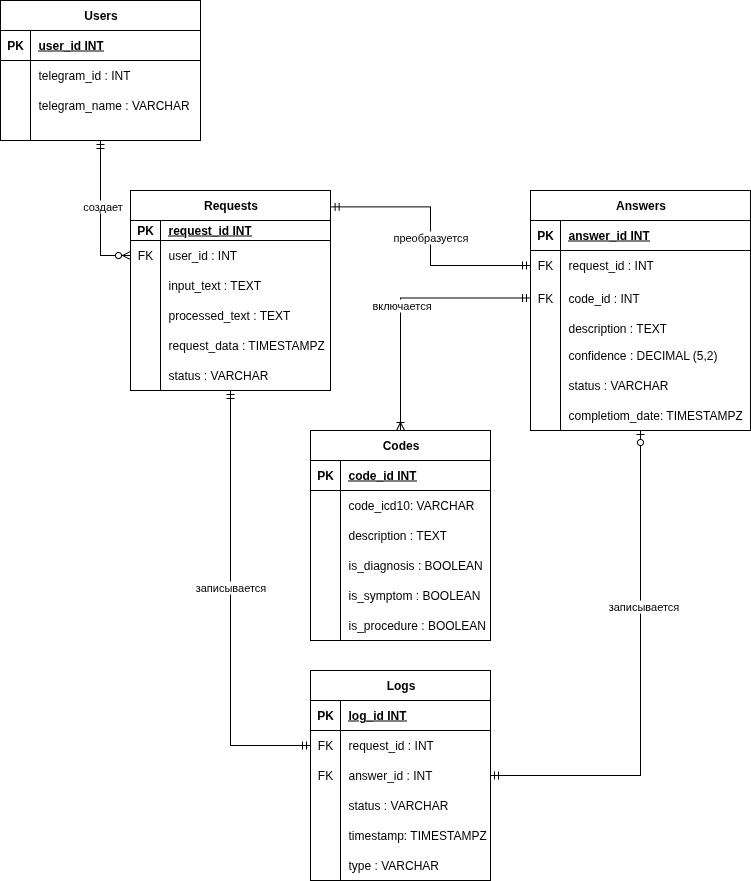
This is Голицын_Алексей/ERD.drawio.png from patolog123/Analyst-3.0, a draw.io export, as it was before one commit. Source tidied: cells renumbered, new cells last; positions are measured from the earlier drawing's top-left corner, leaving out a move shared by most shapes.
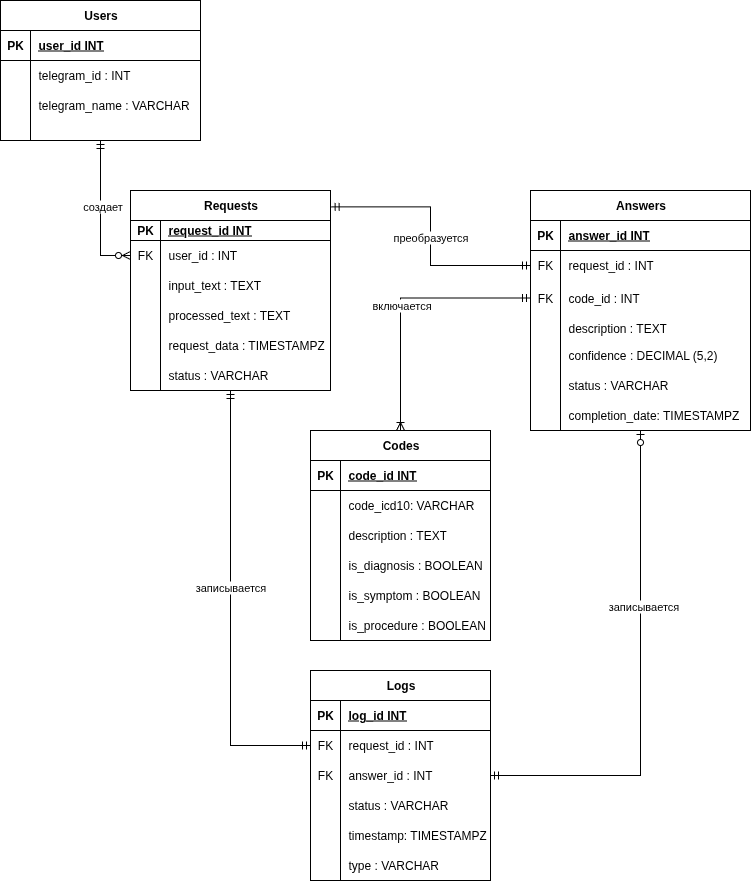
After the change.

Diff of the diagram source:
```diff
@@ -185,7 +185,7 @@
     <mxCell id="62" style="shape=partialRectangle;fillColor=none;top=0;left=0;bottom=0;right=0;overflow=hidden;whiteSpace=wrap;html=1;" parent="61" vertex="1">
       <mxGeometry width="30" height="30" as="geometry" />
     </mxCell>
-    <mxCell id="63" value="completiom_date: TIMESTAMPZ" style="shape=partialRectangle;fillColor=none;top=0;left=0;bottom=0;right=0;align=left;spacingLeft=6;overflow=hidden;whiteSpace=wrap;html=1;" parent="61" vertex="1">
+    <mxCell id="63" value="completion_date: TIMESTAMPZ" style="shape=partialRectangle;fillColor=none;top=0;left=0;bottom=0;right=0;align=left;spacingLeft=6;overflow=hidden;whiteSpace=wrap;html=1;" parent="61" vertex="1">
       <mxGeometry x="30" width="190" height="30" as="geometry" />
     </mxCell>
     <mxCell id="64" style="edgeStyle=orthogonalEdgeStyle;rounded=0;jettySize=auto;html=1;entryX=0;entryY=0.5;entryDx=0;entryDy=0;endArrow=ERmandOne;endFill=0;startArrow=ERmandOne;startFill=0;exitX=1.003;exitY=0.082;exitDx=0;exitDy=0;exitPerimeter=0;" parent="1" edge="1" source="6" target="46">
```
